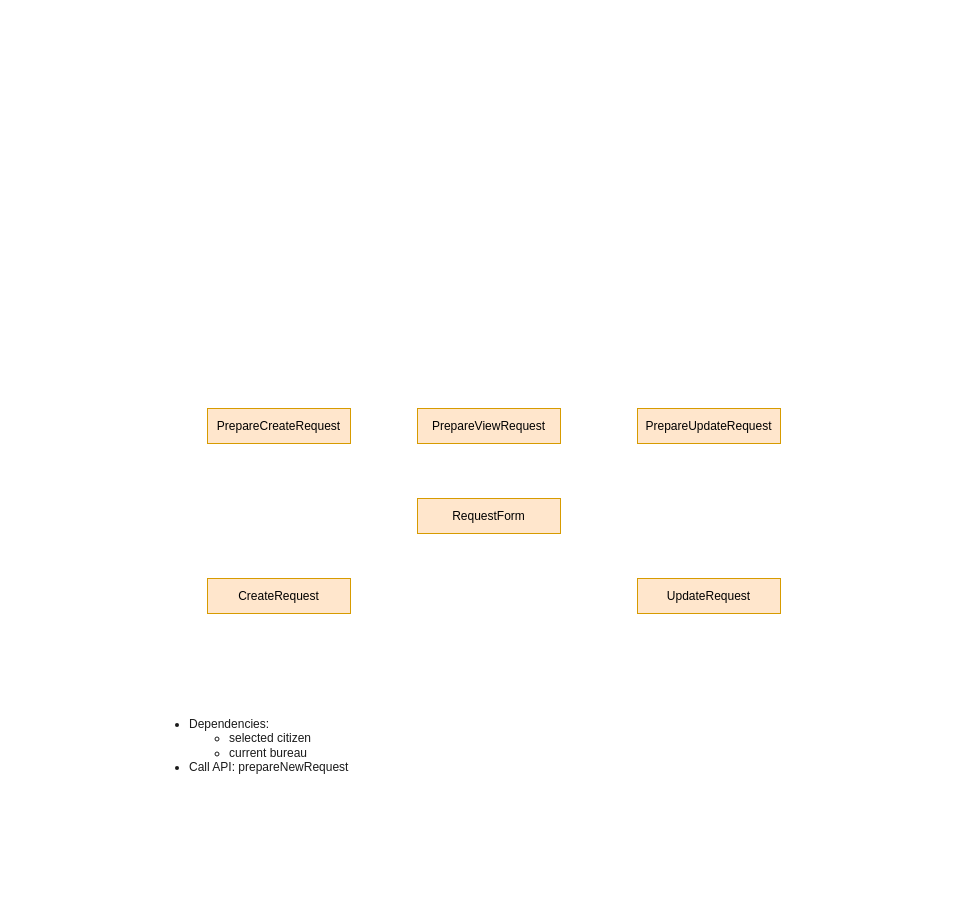
This is page "Page-2" (2 of 2) of Untitled Diagram.drawio from JohanHeyvaert/testrepo, a draw.io file, before an edit. Source tidied: cells renumbered, new cells numbered last; positions are measured from the earlier drawing's top-left corner, leaving out a move shared by most shapes. Both pictures are drawn from the tidied source at 100%, with x=0, y=0 at pixel (147, 408).
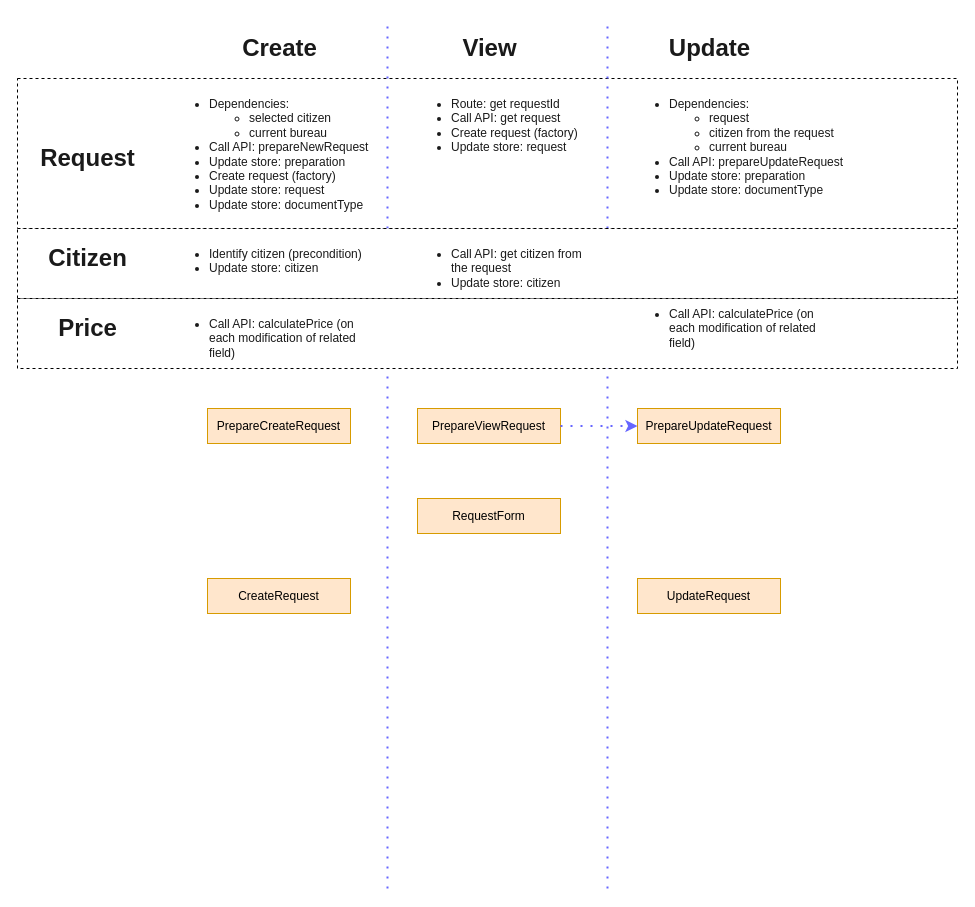
After the change.

Unchanged cells that the change refers to:
```xml
<mxCell id="3" value="PrepareViewRequest" style="rounded=0;whiteSpace=wrap;html=1;sketch=0;fillColor=#ffe6cc;strokeColor=#d79b00;" parent="1" vertex="1">
  <mxGeometry x="270" width="143" height="35" as="geometry" />
</mxCell>
<mxCell id="4" value="PrepareUpdateRequest" style="rounded=0;whiteSpace=wrap;html=1;sketch=0;fillColor=#ffe6cc;strokeColor=#d79b00;" parent="1" vertex="1">
  <mxGeometry x="490" width="143" height="35" as="geometry" />
</mxCell>
```

What changed in the source:
```diff
@@
+    <mxCell id="9" style="rounded=0;whiteSpace=wrap;html=1;shadow=0;glass=0;dashed=1;labelBackgroundColor=none;sketch=0;fontSize=12;fontColor=#1A1A1A;align=left;verticalAlign=top;" parent="1" vertex="1">
+      <mxGeometry x="-130" y="-330" width="940" height="150" as="geometry" />
+    </mxCell>
@@
-    <mxCell id="8" value="&lt;ul style=&quot;font-size: 12px;&quot;&gt;&lt;li style=&quot;font-size: 12px;&quot;&gt;Dependencies:&amp;nbsp;&lt;/li&gt;&lt;ul style=&quot;font-size: 12px;&quot;&gt;&lt;li style=&quot;font-size: 12px;&quot;&gt;selected citizen&lt;/li&gt;&lt;li style=&quot;font-size: 12px;&quot;&gt;current bureau&lt;/li&gt;&lt;/ul&gt;&lt;li style=&quot;font-size: 12px;&quot;&gt;Call API: prepareNewRequest&lt;/li&gt;&lt;/ul&gt;" style="text;html=1;strokeColor=none;fillColor=none;align=left;verticalAlign=top;whiteSpace=wrap;rounded=0;shadow=0;glass=0;dashed=1;labelBackgroundColor=none;sketch=0;fontSize=12;fontColor=#1A1A1A;" parent="1" vertex="1">
-      <mxGeometry y="290" width="220" height="140" as="geometry" />
+    <mxCell id="8" value="&lt;ul style=&quot;font-size: 12px&quot;&gt;&lt;li style=&quot;font-size: 12px&quot;&gt;Dependencies:&amp;nbsp;&lt;/li&gt;&lt;ul style=&quot;font-size: 12px&quot;&gt;&lt;li style=&quot;font-size: 12px&quot;&gt;selected citizen&lt;/li&gt;&lt;li style=&quot;font-size: 12px&quot;&gt;current bureau&lt;/li&gt;&lt;/ul&gt;&lt;li style=&quot;font-size: 12px&quot;&gt;Call API: prepareNewRequest&amp;nbsp;&lt;/li&gt;&lt;li&gt;Update store: preparation&lt;/li&gt;&lt;li style=&quot;font-size: 12px&quot;&gt;Create request (factory)&lt;/li&gt;&lt;li style=&quot;font-size: 12px&quot;&gt;Update store: request&amp;nbsp;&lt;/li&gt;&lt;li style=&quot;font-size: 12px&quot;&gt;Update store: documentType&amp;nbsp;&lt;/li&gt;&lt;/ul&gt;" style="text;html=1;strokeColor=none;fillColor=none;align=left;verticalAlign=top;whiteSpace=wrap;rounded=0;shadow=0;glass=0;dashed=1;labelBackgroundColor=none;sketch=0;fontSize=12;fontColor=#1A1A1A;labelBorderColor=none;" parent="1" vertex="1">
+      <mxGeometry x="20" y="-330" width="250" height="140" as="geometry" />
     </mxCell>
+    <mxCell id="10" style="endArrow=classic;html=1;dashed=1;dashPattern=1 4;fontSize=12;fontColor=#1A1A1A;strokeColor=#6666FF;strokeWidth=2;" parent="1" edge="1" source="3" target="4">
+      <mxGeometry relative="1" as="geometry" />
+    </mxCell>
+    <mxCell id="11" value="&lt;ul style=&quot;font-size: 12px&quot;&gt;&lt;li style=&quot;font-size: 12px&quot;&gt;&lt;span&gt;Route: get requestId&lt;/span&gt;&lt;/li&gt;&lt;li style=&quot;font-size: 12px&quot;&gt;&lt;span&gt;Call API: get request&lt;/span&gt;&lt;br&gt;&lt;/li&gt;&lt;li&gt;&lt;span&gt;Create request (factory)&lt;/span&gt;&lt;br&gt;&lt;/li&gt;&lt;li style=&quot;font-size: 12px&quot;&gt;Update store: request&amp;nbsp;&lt;br&gt;&lt;/li&gt;&lt;/ul&gt;" style="text;html=1;strokeColor=none;fillColor=none;align=left;verticalAlign=top;whiteSpace=wrap;rounded=0;shadow=0;glass=0;dashed=1;labelBackgroundColor=none;sketch=0;fontSize=12;fontColor=#1A1A1A;labelBorderColor=none;" parent="1" vertex="1">
+      <mxGeometry x="261.5" y="-330" width="250" height="140" as="geometry" />
+    </mxCell>
+    <mxCell id="12" value="&lt;ul style=&quot;font-size: 12px&quot;&gt;&lt;li style=&quot;font-size: 12px&quot;&gt;Dependencies:&amp;nbsp;&lt;/li&gt;&lt;ul style=&quot;font-size: 12px&quot;&gt;&lt;li style=&quot;font-size: 12px&quot;&gt;request&lt;/li&gt;&lt;li style=&quot;font-size: 12px&quot;&gt;citizen from the request&lt;/li&gt;&lt;li style=&quot;font-size: 12px&quot;&gt;current bureau&lt;/li&gt;&lt;/ul&gt;&lt;li style=&quot;font-size: 12px&quot;&gt;Call API: prepareUpdateRequest&amp;nbsp;&lt;/li&gt;&lt;li&gt;Update store: preparation&lt;/li&gt;&lt;li style=&quot;font-size: 12px&quot;&gt;&lt;span&gt;Update store: documentType&amp;nbsp;&lt;/span&gt;&lt;br&gt;&lt;/li&gt;&lt;/ul&gt;" style="text;html=1;strokeColor=none;fillColor=none;align=left;verticalAlign=top;whiteSpace=wrap;rounded=0;shadow=0;glass=0;dashed=1;labelBackgroundColor=none;sketch=0;fontSize=12;fontColor=#1A1A1A;labelBorderColor=none;" parent="1" vertex="1">
+      <mxGeometry x="480" y="-330" width="250" height="140" as="geometry" />
+    </mxCell>
+    <mxCell id="13" value="Request" style="text;strokeColor=none;fillColor=none;html=1;fontSize=24;fontStyle=1;verticalAlign=middle;align=center;rounded=0;shadow=0;glass=0;dashed=1;labelBackgroundColor=none;sketch=0;fontColor=#1A1A1A;" parent="1" vertex="1">
+      <mxGeometry x="-110" y="-270" width="100" height="40" as="geometry" />
+    </mxCell>
+    <mxCell id="14" style="endArrow=none;html=1;dashed=1;dashPattern=1 4;fontSize=12;fontColor=#1A1A1A;strokeColor=#6666FF;strokeWidth=2;" parent="1" edge="1">
+      <mxGeometry relative="1" as="geometry">
+        <mxPoint x="240" y="480" as="sourcePoint" />
+        <mxPoint x="240" y="-390" as="targetPoint" />
+      </mxGeometry>
+    </mxCell>
+    <mxCell id="15" style="endArrow=none;html=1;dashed=1;dashPattern=1 4;fontSize=12;fontColor=#1A1A1A;strokeColor=#6666FF;strokeWidth=2;" parent="1" edge="1">
+      <mxGeometry relative="1" as="geometry">
+        <mxPoint x="460" y="480" as="sourcePoint" />
+        <mxPoint x="460" y="-390" as="targetPoint" />
+      </mxGeometry>
+    </mxCell>
+    <mxCell id="16" value="Create" style="text;strokeColor=none;fillColor=none;html=1;fontSize=24;fontStyle=1;verticalAlign=middle;align=center;rounded=0;shadow=0;glass=0;dashed=1;labelBackgroundColor=none;sketch=0;fontColor=#1A1A1A;" parent="1" vertex="1">
+      <mxGeometry x="81.5" y="-380" width="100" height="40" as="geometry" />
+    </mxCell>
+    <mxCell id="17" value="View" style="text;strokeColor=none;fillColor=none;html=1;fontSize=24;fontStyle=1;verticalAlign=middle;align=center;rounded=0;shadow=0;glass=0;dashed=1;labelBackgroundColor=none;sketch=0;fontColor=#1A1A1A;" parent="1" vertex="1">
+      <mxGeometry x="291.5" y="-380" width="100" height="40" as="geometry" />
+    </mxCell>
+    <mxCell id="18" value="Update" style="text;strokeColor=none;fillColor=none;html=1;fontSize=24;fontStyle=1;verticalAlign=middle;align=center;rounded=0;shadow=0;glass=0;dashed=1;labelBackgroundColor=none;sketch=0;fontColor=#1A1A1A;" parent="1" vertex="1">
+      <mxGeometry x="511.5" y="-380" width="100" height="40" as="geometry" />
+    </mxCell>
+    <mxCell id="19" style="rounded=0;whiteSpace=wrap;html=1;shadow=0;glass=0;dashed=1;labelBackgroundColor=none;sketch=0;fontSize=12;fontColor=#1A1A1A;align=left;verticalAlign=top;" parent="1" vertex="1">
+      <mxGeometry x="-130" y="-180" width="940" height="70" as="geometry" />
+    </mxCell>
+    <mxCell id="20" value="&lt;ul style=&quot;font-size: 12px&quot;&gt;&lt;li style=&quot;font-size: 12px&quot;&gt;Identify citizen (precondition)&lt;/li&gt;&lt;li style=&quot;font-size: 12px&quot;&gt;&lt;span&gt;Update store: citizen&lt;/span&gt;&amp;nbsp;&lt;/li&gt;&lt;/ul&gt;" style="text;html=1;strokeColor=none;fillColor=none;align=left;verticalAlign=top;whiteSpace=wrap;rounded=0;shadow=0;glass=0;dashed=1;labelBackgroundColor=none;sketch=0;fontSize=12;fontColor=#1A1A1A;labelBorderColor=none;" parent="1" vertex="1">
+      <mxGeometry x="20" y="-180" width="250" height="140" as="geometry" />
+    </mxCell>
+    <mxCell id="21" value="&lt;ul style=&quot;font-size: 12px&quot;&gt;&lt;li style=&quot;font-size: 12px&quot;&gt;&lt;span&gt;Call API: get citizen from the request&lt;/span&gt;&lt;br&gt;&lt;/li&gt;&lt;li&gt;&lt;span&gt;Update store: citizen&lt;/span&gt;&lt;br&gt;&lt;/li&gt;&lt;/ul&gt;" style="text;html=1;strokeColor=none;fillColor=none;align=left;verticalAlign=top;whiteSpace=wrap;rounded=0;shadow=0;glass=0;dashed=1;labelBackgroundColor=none;sketch=0;fontSize=12;fontColor=#1A1A1A;labelBorderColor=none;" parent="1" vertex="1">
+      <mxGeometry x="261.5" y="-180" width="188.5" height="140" as="geometry" />
+    </mxCell>
+    <mxCell id="22" value="Citizen" style="text;strokeColor=none;fillColor=none;html=1;fontSize=24;fontStyle=1;verticalAlign=middle;align=center;rounded=0;shadow=0;glass=0;dashed=1;labelBackgroundColor=none;sketch=0;fontColor=#1A1A1A;" parent="1" vertex="1">
+      <mxGeometry x="-110" y="-170" width="100" height="40" as="geometry" />
+    </mxCell>
+    <mxCell id="23" style="rounded=0;whiteSpace=wrap;html=1;shadow=0;glass=0;dashed=1;labelBackgroundColor=none;sketch=0;fontSize=12;fontColor=#1A1A1A;align=left;verticalAlign=top;" parent="1" vertex="1">
+      <mxGeometry x="-130" y="-110" width="940" height="70" as="geometry" />
+    </mxCell>
+    <mxCell id="24" value="&lt;ul style=&quot;font-size: 12px&quot;&gt;&lt;li style=&quot;font-size: 12px&quot;&gt;Call API: calculatePrice (on each modification of related field)&lt;/li&gt;&lt;/ul&gt;" style="text;html=1;strokeColor=none;fillColor=none;align=left;verticalAlign=top;whiteSpace=wrap;rounded=0;shadow=0;glass=0;dashed=1;labelBackgroundColor=none;sketch=0;fontSize=12;fontColor=#1A1A1A;labelBorderColor=none;" parent="1" vertex="1">
+      <mxGeometry x="20" y="-110" width="210" height="140" as="geometry" />
+    </mxCell>
+    <mxCell id="25" value="Price" style="text;strokeColor=none;fillColor=none;html=1;fontSize=24;fontStyle=1;verticalAlign=middle;align=center;rounded=0;shadow=0;glass=0;dashed=1;labelBackgroundColor=none;sketch=0;fontColor=#1A1A1A;" parent="1" vertex="1">
+      <mxGeometry x="-110" y="-100" width="100" height="40" as="geometry" />
+    </mxCell>
+    <mxCell id="26" value="&lt;ul style=&quot;font-size: 12px&quot;&gt;&lt;li style=&quot;font-size: 12px&quot;&gt;Call API: calculatePrice (on each modification of related field)&lt;/li&gt;&lt;/ul&gt;" style="text;html=1;strokeColor=none;fillColor=none;align=left;verticalAlign=top;whiteSpace=wrap;rounded=0;shadow=0;glass=0;dashed=1;labelBackgroundColor=none;sketch=0;fontSize=12;fontColor=#1A1A1A;labelBorderColor=none;" parent="1" vertex="1">
+      <mxGeometry x="480" y="-120" width="210" height="140" as="geometry" />
+    </mxCell>
```
